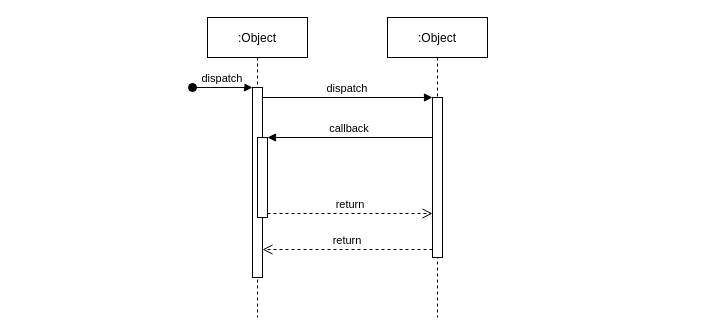
Marshood/BlackJack keeps this draw.io diagram as Untitled Diagram.drawio. Above is the earlier version. Source tidied: cells renumbered, new cells numbered last; positions are measured from the earlier drawing's top-left corner, leaving out a move shared by most shapes. Both pictures are drawn from the tidied source at 100%, with x=0, y=0 at pixel (192, 17).
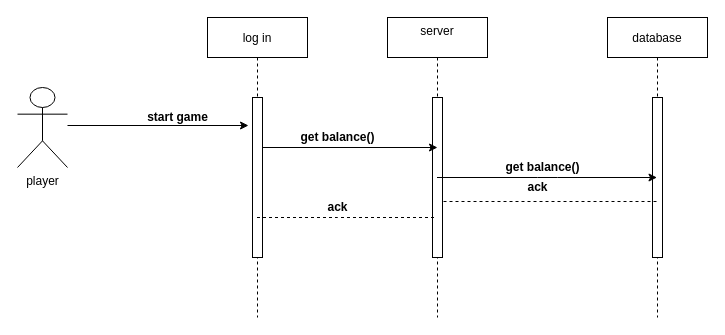
Above is the later version.

Unchanged cells that the change refers to:
```xml
<mxCell id="7" style="points=[];perimeter=orthogonalPerimeter;rounded=0;shadow=0;strokeWidth=1;" parent="6" vertex="1">
  <mxGeometry x="45" y="80" width="10" height="160" as="geometry" />
</mxCell>
```

The edit, as a diff of the source:
```diff
@@
-    <mxCell id="2" value=":Object" style="shape=umlLifeline;perimeter=lifelinePerimeter;rounded=0;shadow=0;strokeWidth=1;" parent="1" vertex="1">
-      <mxGeometry x="15" width="100" height="300" as="geometry" />
-    </mxCell>
-    <mxCell id="3" style="points=[];perimeter=orthogonalPerimeter;rounded=0;shadow=0;strokeWidth=1;" parent="2" vertex="1">
-      <mxGeometry x="45" y="70" width="10" height="190" as="geometry" />
-    </mxCell>
-    <mxCell id="4" value="dispatch" style="verticalAlign=bottom;startArrow=oval;endArrow=block;startSize=8;shadow=0;strokeWidth=1;" parent="2" edge="1" target="3">
-      <mxGeometry relative="1" as="geometry">
-        <mxPoint x="-15" y="70" as="sourcePoint" />
-      </mxGeometry>
-    </mxCell>
-    <mxCell id="5" style="points=[];perimeter=orthogonalPerimeter;rounded=0;shadow=0;strokeWidth=1;" parent="2" vertex="1">
-      <mxGeometry x="50" y="120" width="10" height="80" as="geometry" />
-    </mxCell>
-    <mxCell id="6" value=":Object" style="shape=umlLifeline;perimeter=lifelinePerimeter;rounded=0;shadow=0;strokeWidth=1;" parent="1" vertex="1">
+    <mxCell id="6" value="server&#10;" style="shape=umlLifeline;perimeter=lifelinePerimeter;rounded=0;shadow=0;strokeWidth=1;" parent="1" vertex="1">
       <mxGeometry x="195" width="100" height="300" as="geometry" />
     </mxCell>
@@
-    <mxCell id="8" value="return" style="verticalAlign=bottom;endArrow=open;dashed=1;endSize=8;exitX=0;exitY=0.95;shadow=0;strokeWidth=1;" parent="1" edge="1" source="7" target="3">
-      <mxGeometry relative="1" as="geometry" />
-    </mxCell>
-    <mxCell id="9" value="dispatch" style="verticalAlign=bottom;endArrow=block;entryX=0;entryY=0;shadow=0;strokeWidth=1;" parent="1" edge="1" source="3" target="7">
-      <mxGeometry relative="1" as="geometry" />
-    </mxCell>
-    <mxCell id="10" value="callback" style="verticalAlign=bottom;endArrow=block;entryX=1;entryY=0;shadow=0;strokeWidth=1;" parent="1" edge="1" source="7" target="5">
-      <mxGeometry relative="1" as="geometry" />
-    </mxCell>
-    <mxCell id="11" value="return" style="verticalAlign=bottom;endArrow=open;dashed=1;endSize=8;exitX=1;exitY=0.95;shadow=0;strokeWidth=1;" parent="1" edge="1" source="5" target="7">
-      <mxGeometry relative="1" as="geometry" />
-    </mxCell>
+    <mxCell id="12" style="endArrow=classic;html=1;" parent="6" edge="1" source="22">
+      <mxGeometry relative="1" as="geometry">
+        <mxPoint x="50" y="130" as="targetPoint" />
+      </mxGeometry>
+    </mxCell>
+    <mxCell id="13" value="database" style="shape=umlLifeline;perimeter=lifelinePerimeter;rounded=0;shadow=0;strokeWidth=1;" parent="1" vertex="1">
+      <mxGeometry x="415" width="100" height="300" as="geometry" />
+    </mxCell>
+    <mxCell id="14" style="perimeter=orthogonalPerimeter;rounded=0;shadow=0;strokeWidth=1;" parent="13" vertex="1">
+      <mxGeometry x="45" y="80" width="10" height="160" as="geometry" />
+    </mxCell>
+    <mxCell id="15" value="player" style="shape=umlActor;verticalLabelPosition=bottom;verticalAlign=top;html=1;" parent="1" vertex="1">
+      <mxGeometry x="-175" y="70" width="50" height="80" as="geometry" />
+    </mxCell>
+    <mxCell id="16" style="endArrow=classic;html=1;entryX=-0.4;entryY=0.175;entryDx=0;entryDy=0;entryPerimeter=0;" parent="1" edge="1" target="23">
+      <mxGeometry relative="1" as="geometry">
+        <mxPoint x="-125" y="108" as="sourcePoint" />
+      </mxGeometry>
+    </mxCell>
+    <mxCell id="17" style="endArrow=classic;html=1;" parent="1" edge="1" source="6" target="13">
+      <mxGeometry relative="1" as="geometry">
+        <Array as="points">
+          <mxPoint x="355" y="160" />
+        </Array>
+      </mxGeometry>
+    </mxCell>
+    <mxCell id="18" value="&lt;b&gt;start game&lt;/b&gt;" style="text;html=1;align=center;verticalAlign=middle;" parent="1" vertex="1">
+      <mxGeometry x="-55" y="90" width="80" height="20" as="geometry" />
+    </mxCell>
+    <mxCell id="19" style="endArrow=none;dashed=1;html=1;exitX=1.1;exitY=0.65;exitDx=0;exitDy=0;exitPerimeter=0;" parent="1" edge="1" source="7" target="13">
+      <mxGeometry relative="1" as="geometry" />
+    </mxCell>
+    <mxCell id="20" value="&lt;b&gt;ack&lt;/b&gt;" style="text;html=1;align=center;verticalAlign=middle;" parent="1" vertex="1">
+      <mxGeometry x="325" y="160" width="40" height="20" as="geometry" />
+    </mxCell>
+    <mxCell id="21" value="&lt;b&gt;get balance()&lt;/b&gt;" style="text;html=1;align=center;verticalAlign=middle;" parent="1" vertex="1">
+      <mxGeometry x="305" y="140" width="90" height="20" as="geometry" />
+    </mxCell>
+    <mxCell id="22" value="log in" style="shape=umlLifeline;perimeter=lifelinePerimeter;rounded=0;shadow=0;strokeWidth=1;" parent="1" vertex="1">
+      <mxGeometry x="15" width="100" height="300" as="geometry" />
+    </mxCell>
+    <mxCell id="23" style="points=[];perimeter=orthogonalPerimeter;rounded=0;shadow=0;strokeWidth=1;" parent="22" vertex="1">
+      <mxGeometry x="45" y="80" width="10" height="160" as="geometry" />
+    </mxCell>
+    <mxCell id="24" value="&lt;b&gt;get balance()&lt;/b&gt;" style="text;html=1;align=center;verticalAlign=middle;" parent="1" vertex="1">
+      <mxGeometry x="100" y="110" width="90" height="20" as="geometry" />
+    </mxCell>
+    <mxCell id="25" style="endArrow=none;dashed=1;html=1;" parent="1" edge="1" source="22" target="6">
+      <mxGeometry relative="1" as="geometry">
+        <Array as="points">
+          <mxPoint x="155" y="200" />
+        </Array>
+      </mxGeometry>
+    </mxCell>
+    <mxCell id="26" value="&lt;b&gt;ack&lt;/b&gt;" style="text;html=1;align=center;verticalAlign=middle;" parent="1" vertex="1">
+      <mxGeometry x="125" y="180" width="40" height="20" as="geometry" />
+    </mxCell>
```
